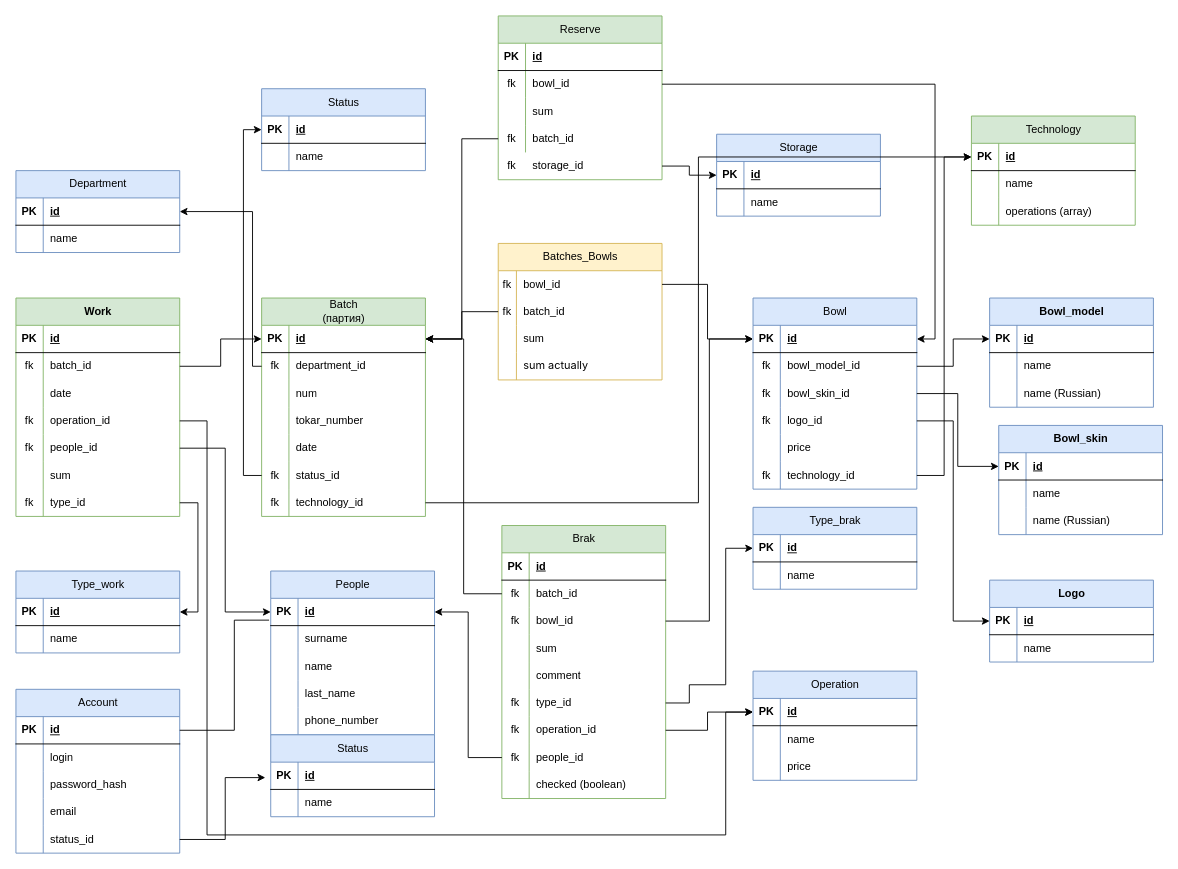
Before: CosmoCRM.drawio in OGdanik/db_diagrams, a draw.io diagram. Source tidied: cells renumbered, new cells numbered last; positions are measured from the earlier drawing's top-left corner, leaving out a move shared by most shapes. Both pictures are drawn from the tidied source at 91%, with x=0, y=0 at pixel (15, 15).
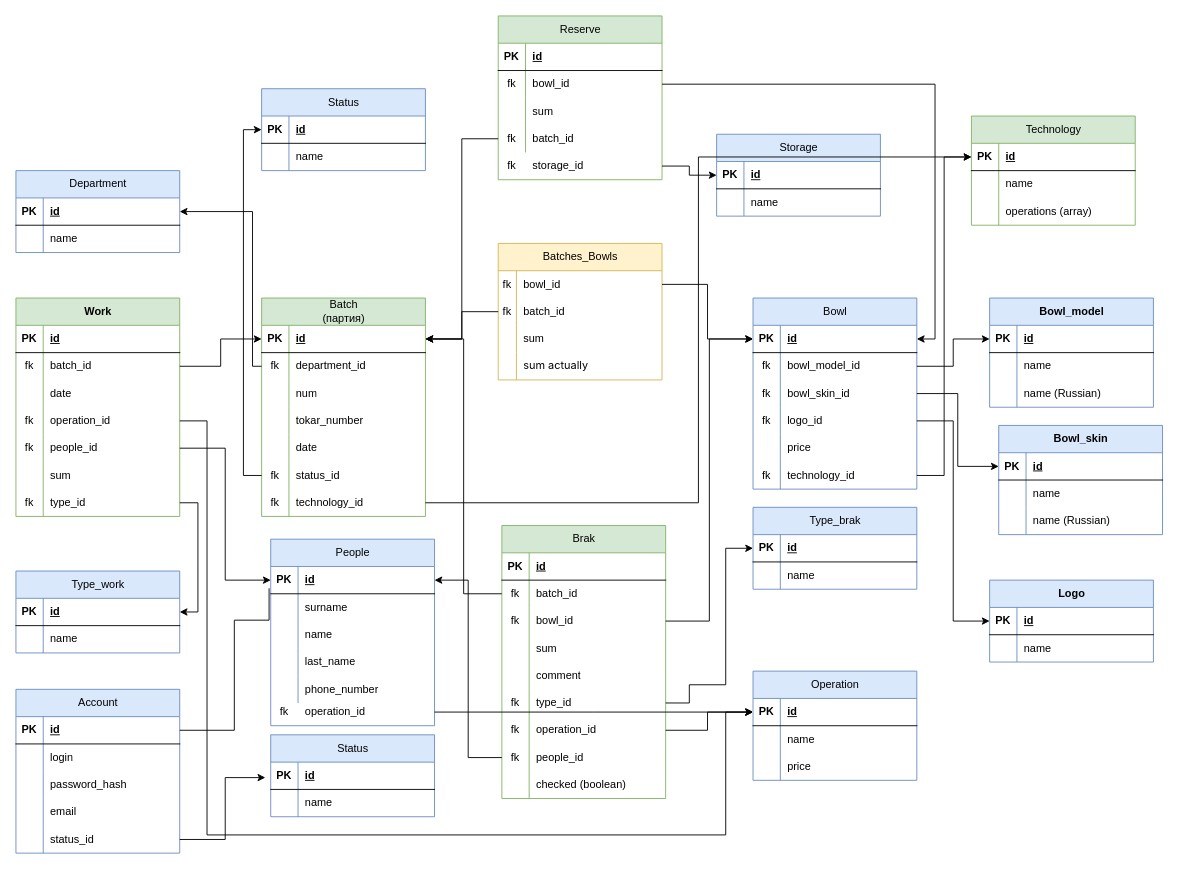
After the change.

What changed in the source:
```diff
@@
     <mxCell id="99" value="&lt;span style=&quot;font-weight: 400; text-wrap: wrap;&quot;&gt;People&lt;/span&gt;" style="shape=table;startSize=30;childLayout=tableLayout;rowLines=0;fontStyle=1;align=center;html=1;fillColor=#dae8fc;strokeColor=#6c8ebf;" parent="1" vertex="1">
-      <mxGeometry x="280" y="610" width="180" height="180" as="geometry" />
+      <mxGeometry x="280" y="575" width="180" height="205" as="geometry" />
     </mxCell>
@@
+    <mxCell id="267" style="edgeStyle=orthogonalEdgeStyle;rounded=0;jettySize=auto;html=1;" parent="1" edge="1" source="268">
+      <mxGeometry relative="1" as="geometry">
+        <mxPoint x="810" y="765" as="targetPoint" />
+      </mxGeometry>
+    </mxCell>
+    <mxCell id="268" style="shape=tableRow;horizontal=0;startSize=0;swimlaneHead=0;swimlaneBody=0;fillColor=none;points=[[0,0.5],[1,0.5]];portConstraint=eastwest;top=0;left=0;right=0;bottom=0;" parent="1" vertex="1">
+      <mxGeometry x="280" y="750" width="180" height="30" as="geometry" />
+    </mxCell>
+    <mxCell id="269" value="fk" style="shape=partialRectangle;fillColor=none;top=0;left=0;bottom=0;right=0;overflow=hidden;whiteSpace=wrap;html=1;" parent="268" vertex="1">
+      <mxGeometry width="30" height="30" as="geometry" />
+    </mxCell>
+    <mxCell id="270" value="operation_id" style="shape=partialRectangle;fillColor=none;top=0;left=0;bottom=0;right=0;align=left;spacingLeft=6;overflow=hidden;whiteSpace=wrap;html=1;" parent="268" vertex="1">
+      <mxGeometry x="30" width="150" height="30" as="geometry" />
+    </mxCell>
```
